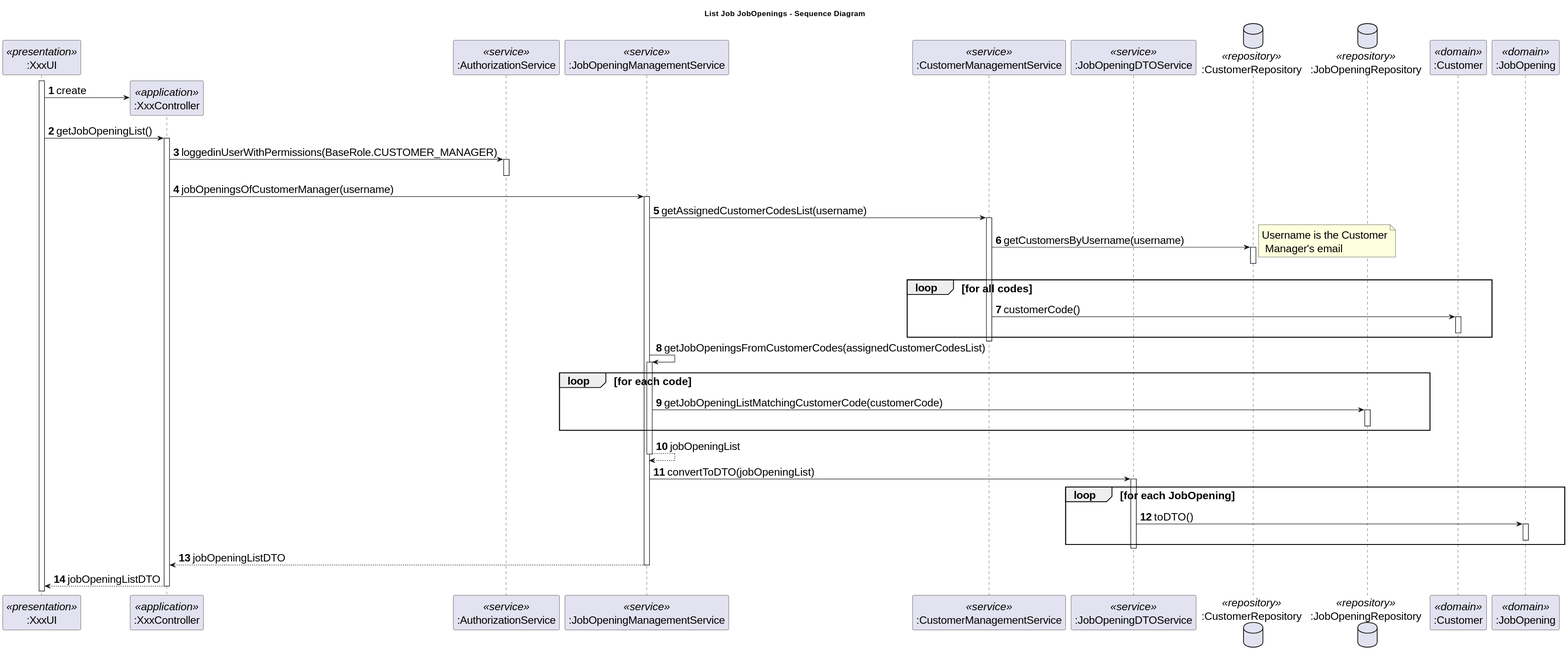
Above: docs/team-decisions/shared-sequence-diagram/sequence-diagram-get-job-openings.svg in rita-barbosa/LAPR4-2324 (PlantUML), before the change.
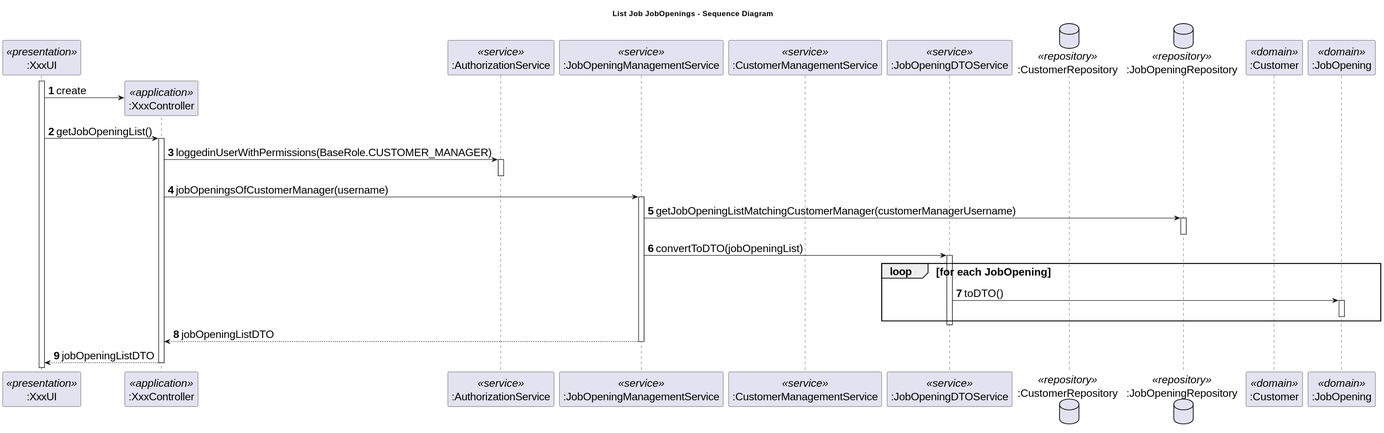
Above is the later version.

Commit message:
docs: updates global sequence-diagram-get-job-openings in team-decisions. [#162]

What changed in the source:
```diff
@@ -31,32 +31,9 @@
     CTRL -> JOMS: jobOpeningsOfCustomerManager(username)
     activate JOMS
 
-
-    JOMS -> CMS : getAssignedCustomerCodesList(username)
-    activate CMS
-
-        CMS -> CM_REPO : getCustomersByUsername(username)
-        note right: Username is the Customer\n Manager's email
-        activate CM_REPO
-        deactivate CM_REPO
-
-        loop for all codes
-            CMS -> CM : customerCode()
-            activate CM
-            deactivate CM
-        end loop
-
-    deactivate CMS
-
-    JOMS -> JOMS : getJobOpeningsFromCustomerCodes(assignedCustomerCodesList)
-    activate JOMS
-        loop for each code
-        JOMS -> JO_REPO : getJobOpeningListMatchingCustomerCode(customerCode)
-        activate JO_REPO
-        deactivate JO_REPO
-        end loop
-    JOMS --> JOMS: jobOpeningList
-    deactivate JOMS
+    JOMS -> JO_REPO : getJobOpeningListMatchingCustomerManager(customerManagerUsername)
+    activate JO_REPO
+    deactivate JO_REPO
 
 JOMS -> JOS_DTO : convertToDTO(jobOpeningList)
 activate JOS_DTO
```
